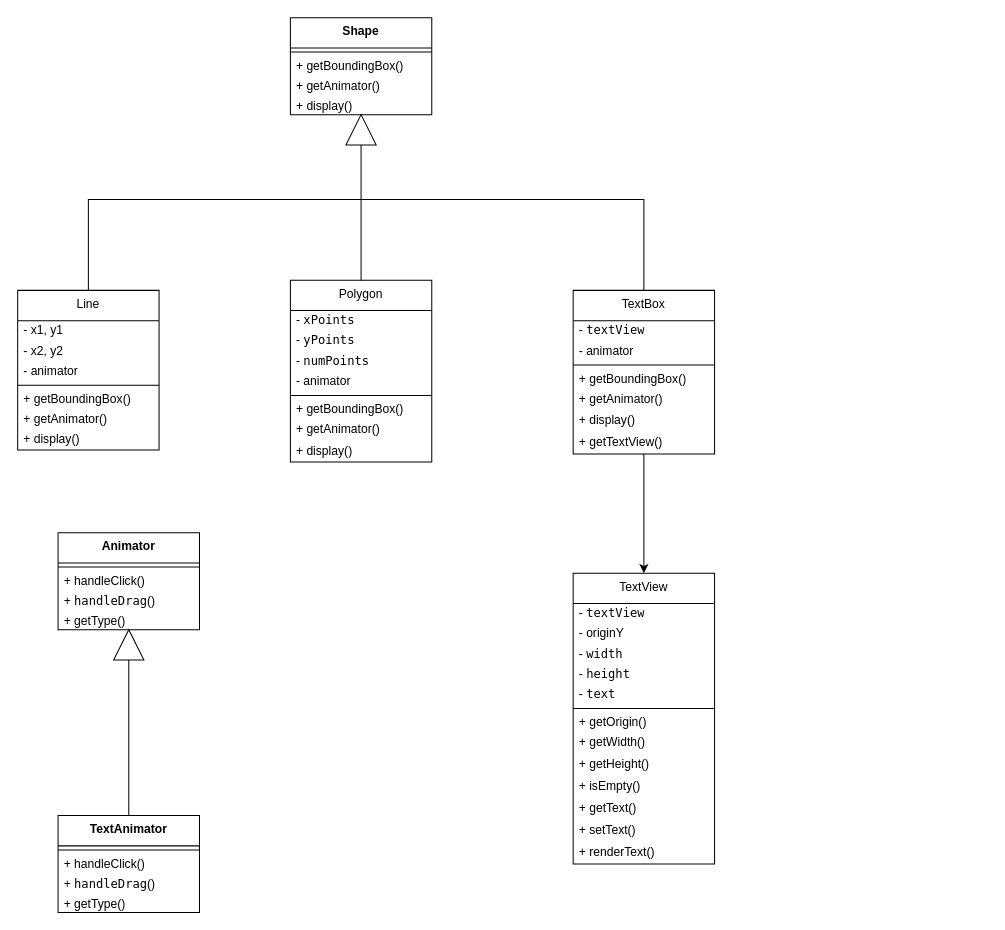
This is Lab-6/Lab-6.drawio from orchlonn/CS-380, a draw.io file, before an edit. Source tidied: cells renumbered, new cells numbered last; positions are measured from the earlier drawing's top-left corner, leaving out a move shared by most shapes. Both pictures are drawn from the tidied source at 101%, with x=0, y=0 at pixel (17, 17).
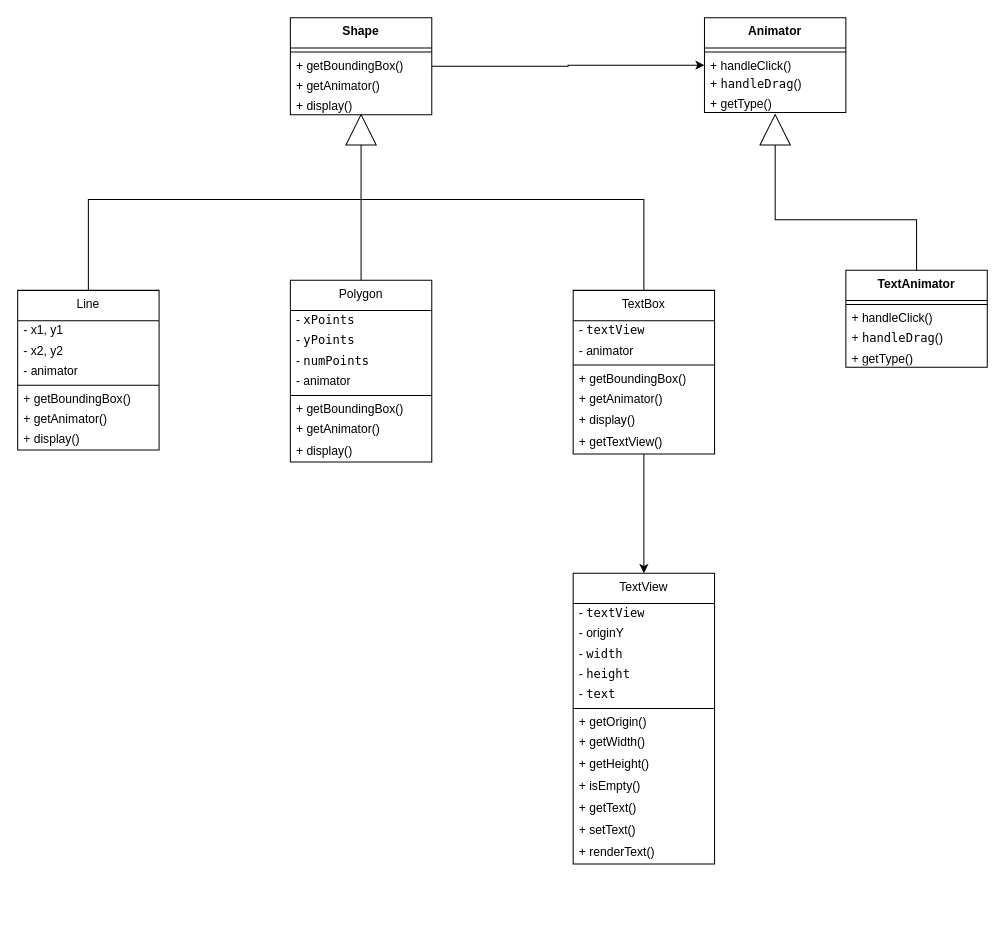
After the change.

Unchanged cells that the change refers to:
```xml
<mxCell id="4" value="+ getBoundingBox()" style="text;html=1;strokeColor=none;fillColor=none;align=left;verticalAlign=middle;spacingLeft=4;spacingRight=4;overflow=hidden;points=[[0,0.5],[1,0.5]];portConstraint=eastwest;whiteSpace=wrap;" parent="2" vertex="1">
  <mxGeometry y="38" width="140" height="20" as="geometry" />
</mxCell>
```

What changed in the source:
```diff
@@
     <mxCell id="51" value="&lt;b&gt;Animator&lt;/b&gt;" style="swimlane;fontStyle=0;align=center;verticalAlign=top;horizontal=1;startSize=30;html=1;whiteSpace=wrap;" parent="1" vertex="1">
-      <mxGeometry x="40" y="510" width="140" height="96" as="geometry" />
+      <mxGeometry x="680" width="140" height="94" as="geometry" />
     </mxCell>
@@
     <mxCell id="53" value="+ handleClick()" style="text;html=1;strokeColor=none;fillColor=none;align=left;verticalAlign=middle;spacingLeft=4;spacingRight=4;overflow=hidden;points=[[0,0.5],[1,0.5]];portConstraint=eastwest;whiteSpace=wrap;" parent="51" vertex="1">
-      <mxGeometry y="38" width="140" height="20" as="geometry" />
+      <mxGeometry y="38" width="140" height="18" as="geometry" />
     </mxCell>
     <mxCell id="54" value="+&amp;nbsp;&lt;span style=&quot;background-color: rgb(255, 255, 255); font-family: Menlo, Monaco, &amp;quot;Courier New&amp;quot;, monospace; white-space: pre; color: light-dark(rgb(0, 0, 0), rgb(255, 255, 255));&quot;&gt;handleDrag&lt;/span&gt;&lt;span style=&quot;background-color: transparent; color: light-dark(rgb(0, 0, 0), rgb(255, 255, 255));&quot;&gt;()&lt;/span&gt;" style="text;html=1;strokeColor=none;fillColor=none;align=left;verticalAlign=middle;spacingLeft=4;spacingRight=4;overflow=hidden;whiteSpace=wrap;" parent="51" vertex="1">
-      <mxGeometry y="58" width="140" height="20" as="geometry" />
+      <mxGeometry y="56" width="140" height="20" as="geometry" />
     </mxCell>
     <mxCell id="55" value="+ getType()" style="text;html=1;strokeColor=none;fillColor=none;align=left;verticalAlign=middle;spacingLeft=4;spacingRight=4;overflow=hidden;whiteSpace=wrap;" parent="51" vertex="1">
-      <mxGeometry y="78" width="140" height="18" as="geometry" />
+      <mxGeometry y="76" width="140" height="18" as="geometry" />
     </mxCell>
     <mxCell id="56" value="&lt;b&gt;TextAnimator&lt;/b&gt;" style="swimlane;fontStyle=0;align=center;verticalAlign=top;horizontal=1;startSize=30;html=1;whiteSpace=wrap;" parent="1" vertex="1">
-      <mxGeometry x="40" y="790" width="140" height="96" as="geometry" />
+      <mxGeometry x="820" y="250" width="140" height="96" as="geometry" />
     </mxCell>
@@
     <mxCell id="61" style="verticalLabelPosition=bottom;verticalAlign=top;html=1;shape=mxgraph.basic.acute_triangle;dx=0.5;" parent="1" vertex="1">
-      <mxGeometry x="95" y="606" width="30" height="30" as="geometry" />
+      <mxGeometry x="735" y="96" width="30" height="30" as="geometry" />
     </mxCell>
     <mxCell id="62" style="endArrow=none;html=1;rounded=0;exitX=0.5;exitY=1;exitDx=0;exitDy=0;exitPerimeter=0;entryX=0.5;entryY=0;entryDx=0;entryDy=0;" parent="1" edge="1" source="61" target="56">
-      <mxGeometry relative="1" as="geometry" />
+      <mxGeometry relative="1" as="geometry">
+        <Array as="points">
+          <mxPoint x="750" y="200" />
+          <mxPoint x="890" y="200" />
+        </Array>
+      </mxGeometry>
     </mxCell>
+    <mxCell id="63" style="edgeStyle=orthogonalEdgeStyle;rounded=0;jettySize=auto;html=1;entryX=0;entryY=0.5;entryDx=0;entryDy=0;" parent="1" edge="1" source="4" target="53">
+      <mxGeometry relative="1" as="geometry" />
+    </mxCell>
```
